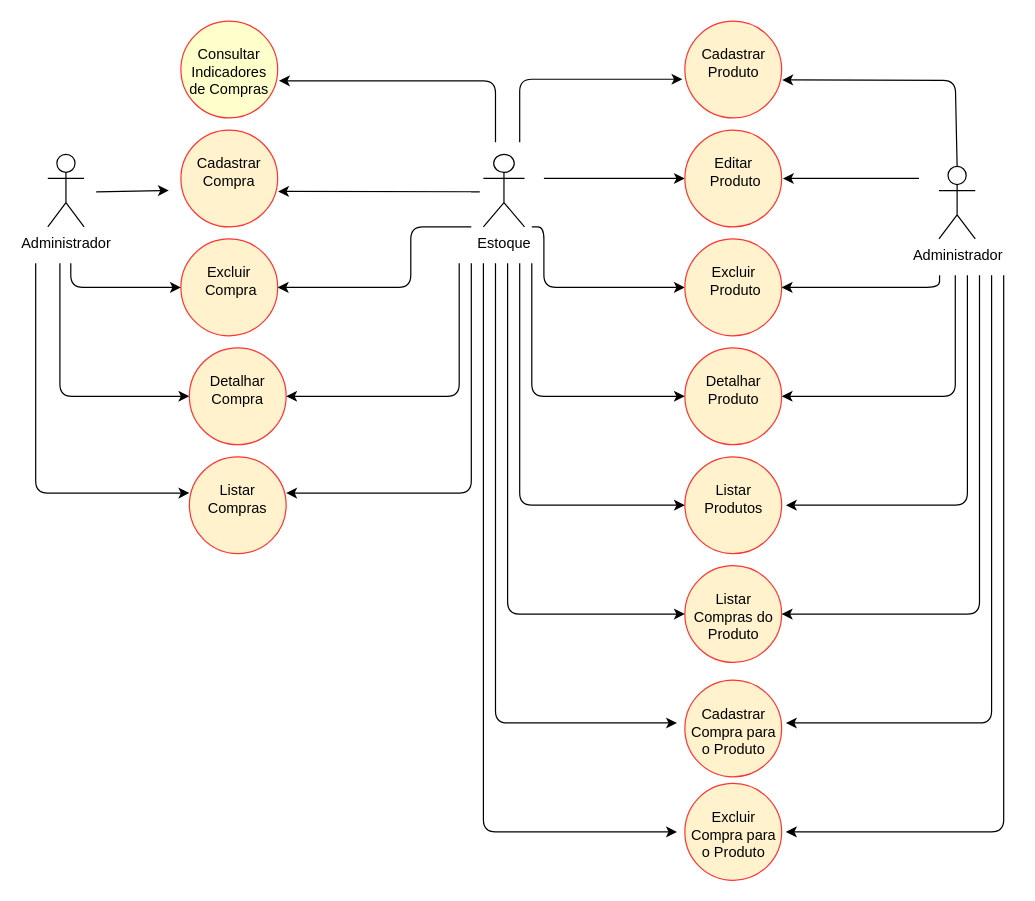
This is page "Estoque" (3 of 6) of projeto/documentacao/Diagrama de casos de uso.drawio from adjamirgalvao/pucminas, a draw.io file, before an edit. Source tidied: cells renumbered, new cells numbered last; positions are measured from the earlier drawing's top-left corner, leaving out a move shared by most shapes. Both pictures are drawn from the tidied source at 121%, with x=0, y=0 at pixel (35, 21).
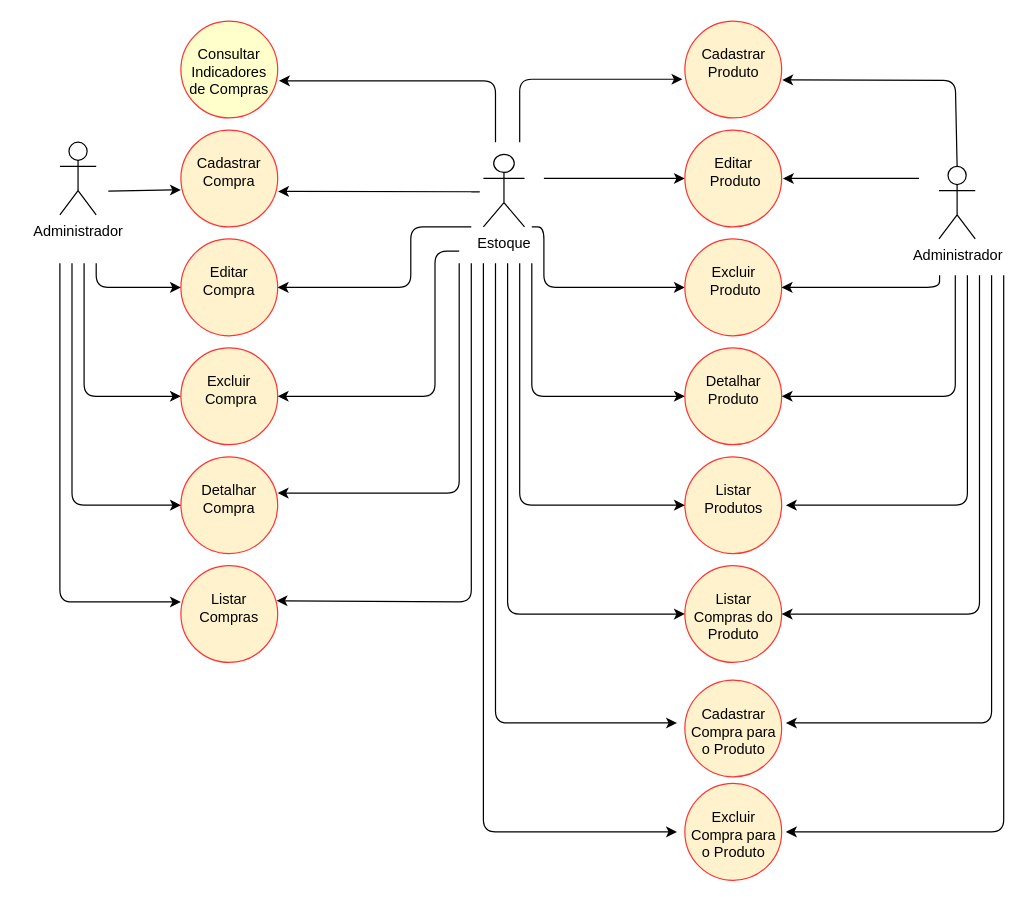
Above is the later version.

What changed in the source:
```diff
@@
-    <mxCell id="16" value="&lt;br&gt;Detalhar&lt;br&gt;Compra" style="ellipse;whiteSpace=wrap;html=1;verticalAlign=top;fillColor=#fff2cc;strokeColor=#FF3333;" parent="1" vertex="1">
-      <mxGeometry x="127" y="270" width="80" height="80" as="geometry" />
+    <mxCell id="16" value="&lt;br style=&quot;border-color: var(--border-color);&quot;&gt;Excluir&lt;br style=&quot;border-color: var(--border-color);&quot;&gt;&amp;nbsp;Compra" style="ellipse;whiteSpace=wrap;html=1;verticalAlign=top;fillColor=#fff2cc;strokeColor=#FF3333;" parent="1" vertex="1">
+      <mxGeometry x="120" y="270" width="80" height="80" as="geometry" />
     </mxCell>
-    <mxCell id="17" value="&lt;br&gt;Excluir&lt;br&gt;&amp;nbsp;Compra" style="ellipse;whiteSpace=wrap;html=1;verticalAlign=top;fillColor=#fff2cc;strokeColor=#FF3333;" parent="1" vertex="1">
+    <mxCell id="17" value="&lt;br&gt;Editar &lt;br&gt;Compra" style="ellipse;whiteSpace=wrap;html=1;verticalAlign=top;fillColor=#fff2cc;strokeColor=#FF3333;" parent="1" vertex="1">
       <mxGeometry x="120" y="180" width="80" height="80" as="geometry" />
     </mxCell>
@@
     <mxCell id="23" style="edgeStyle=orthogonalEdgeStyle;rounded=1;jettySize=auto;html=1;endArrow=classic;endFill=1;sourcePerimeterSpacing=24;targetPerimeterSpacing=0;startArrow=none;startFill=0;jumpStyle=arc;entryX=1;entryY=0.5;entryDx=0;entryDy=0;" parent="1" edge="1" target="16">
       <mxGeometry relative="1" as="geometry">
-        <mxPoint x="350" y="200" as="sourcePoint" />
+        <mxPoint x="350" y="190" as="sourcePoint" />
         <Array as="points">
-          <mxPoint x="350" y="200" />
-          <mxPoint x="350" y="310" />
+          <mxPoint x="350" y="190" />
+          <mxPoint x="330" y="190" />
+          <mxPoint x="330" y="310" />
         </Array>
       </mxGeometry>
     </mxCell>
     <mxCell id="24" value="Administrador" style="shape=umlActor;verticalLabelPosition=bottom;verticalAlign=top;html=1;" parent="1" vertex="1">
-      <mxGeometry x="10" y="110" width="30" height="60" as="geometry" />
+      <mxGeometry x="20" y="100" width="30" height="60" as="geometry" />
     </mxCell>
@@
     <mxCell id="34" style="edgeStyle=orthogonalEdgeStyle;rounded=1;orthogonalLoop=1;jettySize=auto;html=1;endArrow=classic;endFill=1;sourcePerimeterSpacing=0;targetPerimeterSpacing=0;startArrow=none;startFill=0;jumpStyle=arc;" parent="1" edge="1">
       <mxGeometry relative="1" as="geometry">
-        <mxPoint x="50" y="141" as="sourcePoint" />
-        <mxPoint x="110" y="140" as="targetPoint" />
+        <mxPoint x="60" y="140.5" as="sourcePoint" />
+        <mxPoint x="120" y="139.5" as="targetPoint" />
         <Array as="points">
-          <mxPoint x="100" y="141" />
-          <mxPoint x="150" y="140" />
+          <mxPoint x="110" y="140.5" />
+          <mxPoint x="160" y="139.5" />
         </Array>
       </mxGeometry>
     </mxCell>
     <mxCell id="35" style="edgeStyle=orthogonalEdgeStyle;rounded=1;orthogonalLoop=1;jettySize=auto;html=1;endArrow=classic;endFill=1;sourcePerimeterSpacing=24;targetPerimeterSpacing=0;startArrow=none;startFill=0;jumpStyle=arc;" parent="1" edge="1">
       <mxGeometry relative="1" as="geometry">
-        <mxPoint x="29" y="200" as="sourcePoint" />
+        <mxPoint x="50" y="200" as="sourcePoint" />
         <mxPoint x="120" y="220" as="targetPoint" />
         <Array as="points">
-          <mxPoint x="29" y="220" />
+          <mxPoint x="50" y="220" />
         </Array>
       </mxGeometry>
     </mxCell>
     <mxCell id="36" style="edgeStyle=orthogonalEdgeStyle;rounded=1;jettySize=auto;html=1;endArrow=classic;endFill=1;sourcePerimeterSpacing=24;targetPerimeterSpacing=0;startArrow=none;startFill=0;jumpStyle=arc;entryX=0;entryY=0.5;entryDx=0;entryDy=0;" parent="1" edge="1" target="16">
       <mxGeometry relative="1" as="geometry">
-        <mxPoint x="20" y="200" as="sourcePoint" />
+        <mxPoint x="40" y="200" as="sourcePoint" />
         <Array as="points">
-          <mxPoint x="20" y="310" />
+          <mxPoint x="40" y="200" />
+          <mxPoint x="40" y="310" />
         </Array>
       </mxGeometry>
     </mxCell>
-    <mxCell id="37" value="&lt;br&gt;Listar&lt;br&gt;Compras" style="ellipse;whiteSpace=wrap;html=1;verticalAlign=top;fillColor=#fff2cc;strokeColor=#FF3333;" parent="1" vertex="1">
-      <mxGeometry x="127" y="360" width="80" height="80" as="geometry" />
+    <mxCell id="37" value="&lt;br style=&quot;border-color: var(--border-color);&quot;&gt;Detalhar&lt;br style=&quot;border-color: var(--border-color);&quot;&gt;Compra" style="ellipse;whiteSpace=wrap;html=1;verticalAlign=top;fillColor=#fff2cc;strokeColor=#FF3333;" parent="1" vertex="1">
+      <mxGeometry x="120" y="360" width="80" height="80" as="geometry" />
     </mxCell>
@@
     <mxCell id="39" style="edgeStyle=orthogonalEdgeStyle;rounded=1;jettySize=auto;html=1;endArrow=classic;endFill=1;sourcePerimeterSpacing=24;targetPerimeterSpacing=0;startArrow=none;startFill=0;jumpStyle=arc;entryX=1;entryY=0.375;entryDx=0;entryDy=0;entryPerimeter=0;" parent="1" edge="1" target="37">
       <mxGeometry relative="1" as="geometry">
-        <mxPoint x="360" y="200" as="sourcePoint" />
+        <mxPoint x="350" y="200" as="sourcePoint" />
         <Array as="points">
-          <mxPoint x="360" y="200" />
-          <mxPoint x="360" y="390" />
+          <mxPoint x="350" y="200" />
+          <mxPoint x="350" y="390" />
         </Array>
       </mxGeometry>
     </mxCell>
-    <mxCell id="40" style="edgeStyle=orthogonalEdgeStyle;rounded=1;jettySize=auto;html=1;endArrow=classic;endFill=1;sourcePerimeterSpacing=24;targetPerimeterSpacing=0;startArrow=none;startFill=0;jumpStyle=arc;entryX=0;entryY=0.375;entryDx=0;entryDy=0;entryPerimeter=0;" parent="1" edge="1" target="37">
+    <mxCell id="40" style="edgeStyle=orthogonalEdgeStyle;rounded=1;orthogonalLoop=1;jettySize=auto;html=1;endArrow=classic;endFill=1;sourcePerimeterSpacing=24;targetPerimeterSpacing=0;startArrow=none;startFill=0;jumpStyle=arc;" parent="1" edge="1">
       <mxGeometry relative="1" as="geometry">
-        <mxPoint y="200" as="sourcePoint" />
+        <mxPoint x="20" y="200" as="sourcePoint" />
+        <mxPoint x="120" y="480" as="targetPoint" />
         <Array as="points">
-          <mxPoint y="390" />
+          <mxPoint x="20" y="480" />
         </Array>
       </mxGeometry>
     </mxCell>
@@
+    <mxCell id="43" value="&lt;br&gt;Listar&lt;br&gt;Compras" style="ellipse;whiteSpace=wrap;html=1;verticalAlign=top;fillColor=#fff2cc;strokeColor=#FF3333;" parent="1" vertex="1">
+      <mxGeometry x="120" y="450" width="80" height="80" as="geometry" />
+    </mxCell>
+    <mxCell id="44" style="edgeStyle=orthogonalEdgeStyle;rounded=1;jettySize=auto;html=1;endArrow=classic;endFill=1;sourcePerimeterSpacing=24;targetPerimeterSpacing=0;startArrow=none;startFill=0;jumpStyle=arc;entryX=0.988;entryY=0.363;entryDx=0;entryDy=0;entryPerimeter=0;" parent="1" edge="1" target="43">
+      <mxGeometry relative="1" as="geometry">
+        <mxPoint x="360" y="200" as="sourcePoint" />
+        <Array as="points">
+          <mxPoint x="360" y="480" />
+          <mxPoint x="210" y="480" />
+          <mxPoint x="210" y="479" />
+        </Array>
+      </mxGeometry>
+    </mxCell>
+    <mxCell id="45" style="edgeStyle=orthogonalEdgeStyle;rounded=1;orthogonalLoop=1;jettySize=auto;html=1;endArrow=classic;endFill=1;sourcePerimeterSpacing=24;targetPerimeterSpacing=0;startArrow=none;startFill=0;jumpStyle=arc;" parent="1" edge="1">
+      <mxGeometry relative="1" as="geometry">
+        <mxPoint x="30" y="200" as="sourcePoint" />
+        <mxPoint x="120" y="400" as="targetPoint" />
+        <Array as="points">
+          <mxPoint x="30" y="210" />
+          <mxPoint x="30" y="400" />
+        </Array>
+      </mxGeometry>
+    </mxCell>
```
